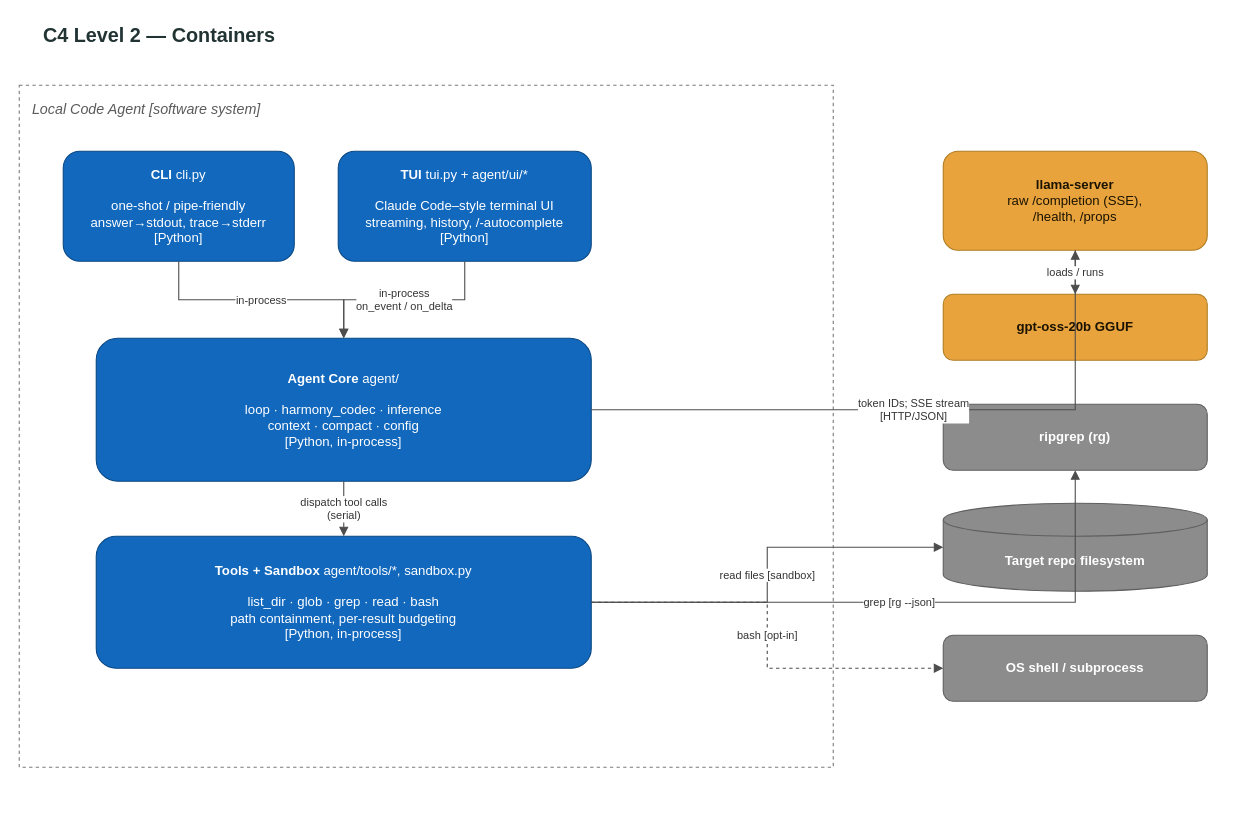
MrArrogant2002/claudeXgpt-oss keeps this draw.io diagram as page "2 · Containers (C4 L2)" (2 of 4) of architecture.drawio. Above is the earlier version. Source tidied: cells renumbered, new cells numbered last; positions are measured from the earlier drawing's top-left corner, leaving out a move shared by most shapes. Both pictures are drawn from the tidied source at 110%, with x=0, y=0 at pixel (19, 19).
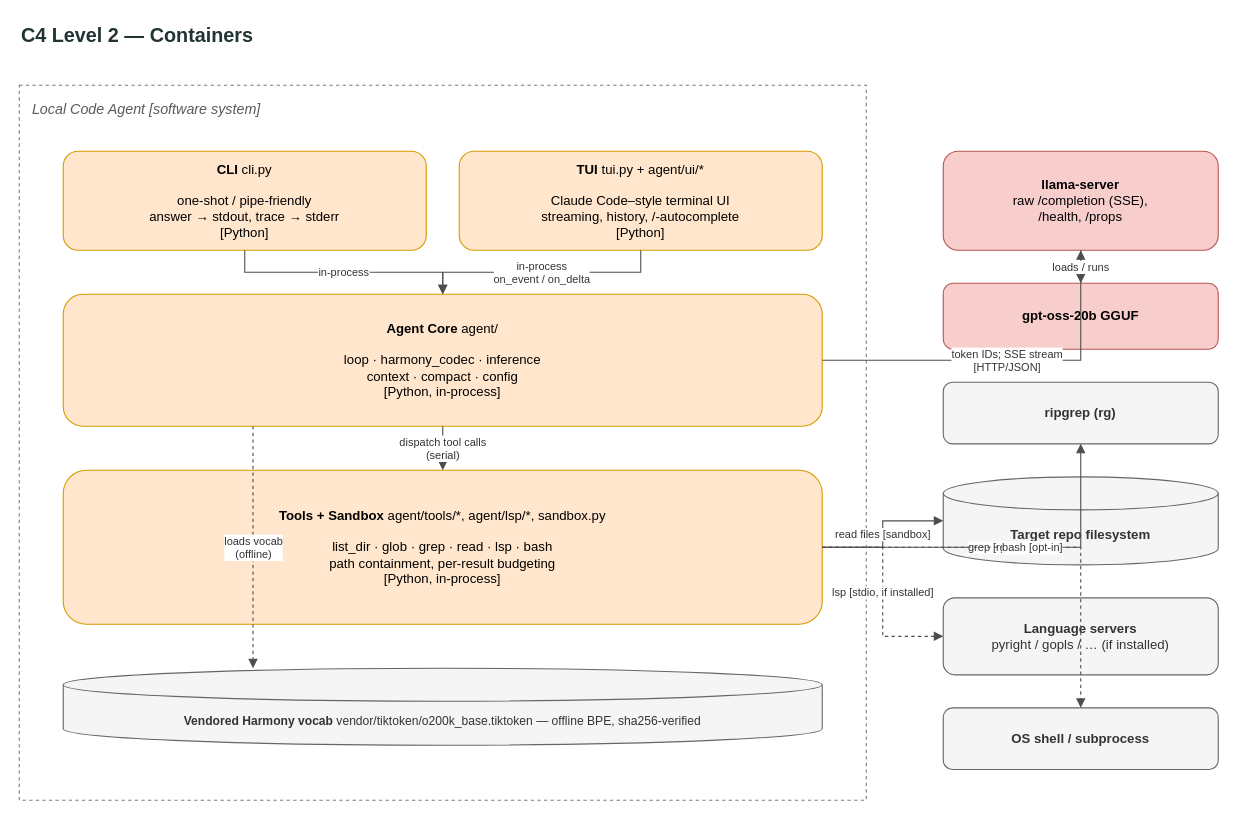
The same diagram, later.

Commit message (it also covers changes not shown here):
Refresh architecture diagram: add lsp tool + agent/lsp package, align all four C4 pages

Change to the diagram source:
```diff
@@
     <mxCell id="2" value="C4 Level 2 — Containers" style="text;html=1;strokeColor=none;fillColor=none;align=left;verticalAlign=middle;fontStyle=1;fontSize=18;fontColor=#233;" parent="1" vertex="1">
-      <mxGeometry x="20" width="520" height="30" as="geometry" />
+      <mxGeometry width="600" height="30" as="geometry" />
     </mxCell>
     <mxCell id="3" value="Local Code Agent  [software system]" style="rounded=0;whiteSpace=wrap;html=1;dashed=1;fillColor=none;strokeColor=#7A7A7A;fontColor=#5A5A5A;verticalAlign=top;fontStyle=2;fontSize=13;align=left;spacingLeft=10;spacingTop=8;" parent="1" vertex="1">
-      <mxGeometry y="60" width="740" height="620" as="geometry" />
+      <mxGeometry y="60" width="770" height="650" as="geometry" />
     </mxCell>
-    <mxCell id="4" value="&lt;b&gt;CLI&lt;/b&gt;  cli.py&lt;br&gt;&lt;br&gt;one-shot / pipe-friendly&lt;br&gt;answer→stdout, trace→stderr&lt;br&gt;[Python]" style="rounded=1;whiteSpace=wrap;html=1;fillColor=#1168BD;strokeColor=#0B4884;fontColor=#ffffff;fontSize=12;" parent="1" vertex="1">
-      <mxGeometry x="40" y="120" width="210" height="100" as="geometry" />
+    <mxCell id="4" value="&lt;b&gt;CLI&lt;/b&gt;  cli.py&lt;br&gt;&lt;br&gt;one-shot / pipe-friendly&lt;br&gt;answer → stdout, trace → stderr&lt;br&gt;[Python]" style="rounded=1;whiteSpace=wrap;html=1;fillColor=#ffe6cc;strokeColor=#d79b00;fontSize=12;" parent="1" vertex="1">
+      <mxGeometry x="40" y="120" width="330" height="90" as="geometry" />
     </mxCell>
-    <mxCell id="5" value="&lt;b&gt;TUI&lt;/b&gt;  tui.py + agent/ui/*&lt;br&gt;&lt;br&gt;Claude Code–style terminal UI&lt;br&gt;streaming, history, /-autocomplete&lt;br&gt;[Python]" style="rounded=1;whiteSpace=wrap;html=1;fillColor=#1168BD;strokeColor=#0B4884;fontColor=#ffffff;fontSize=12;" parent="1" vertex="1">
-      <mxGeometry x="290" y="120" width="230" height="100" as="geometry" />
+    <mxCell id="5" value="&lt;b&gt;TUI&lt;/b&gt;  tui.py + agent/ui/*&lt;br&gt;&lt;br&gt;Claude Code–style terminal UI&lt;br&gt;streaming, history, /-autocomplete&lt;br&gt;[Python]" style="rounded=1;whiteSpace=wrap;html=1;fillColor=#ffe6cc;strokeColor=#d79b00;fontSize=12;" parent="1" vertex="1">
+      <mxGeometry x="400" y="120" width="330" height="90" as="geometry" />
     </mxCell>
-    <mxCell id="6" value="&lt;b&gt;Agent Core&lt;/b&gt;  agent/&lt;br&gt;&lt;br&gt;loop · harmony_codec · inference&lt;br&gt;context · compact · config&lt;br&gt;[Python, in-process]" style="rounded=1;whiteSpace=wrap;html=1;fillColor=#1168BD;strokeColor=#0B4884;fontColor=#ffffff;fontSize=12;" parent="1" vertex="1">
-      <mxGeometry x="70" y="290" width="450" height="130" as="geometry" />
+    <mxCell id="6" value="&lt;b&gt;Agent Core&lt;/b&gt;  agent/&lt;br&gt;&lt;br&gt;loop · harmony_codec · inference&lt;br&gt;context · compact · config&lt;br&gt;[Python, in-process]" style="rounded=1;whiteSpace=wrap;html=1;fillColor=#ffe6cc;strokeColor=#d79b00;fontSize=12;" parent="1" vertex="1">
+      <mxGeometry x="40" y="250" width="690" height="120" as="geometry" />
     </mxCell>
-    <mxCell id="7" value="&lt;b&gt;Tools + Sandbox&lt;/b&gt;  agent/tools/*, sandbox.py&lt;br&gt;&lt;br&gt;list_dir · glob · grep · read · bash&lt;br&gt;path containment, per-result budgeting&lt;br&gt;[Python, in-process]" style="rounded=1;whiteSpace=wrap;html=1;fillColor=#1168BD;strokeColor=#0B4884;fontColor=#ffffff;fontSize=12;" parent="1" vertex="1">
-      <mxGeometry x="70" y="470" width="450" height="120" as="geometry" />
+    <mxCell id="7" value="&lt;b&gt;Tools + Sandbox&lt;/b&gt;  agent/tools/*, agent/lsp/*, sandbox.py&lt;br&gt;&lt;br&gt;list_dir · glob · grep · read · lsp · bash&lt;br&gt;path containment, per-result budgeting&lt;br&gt;[Python, in-process]" style="rounded=1;whiteSpace=wrap;html=1;fillColor=#ffe6cc;strokeColor=#d79b00;fontSize=12;" parent="1" vertex="1">
+      <mxGeometry x="40" y="410" width="690" height="140" as="geometry" />
     </mxCell>
+    <mxCell id="21" value="&lt;b&gt;Vendored Harmony vocab&lt;/b&gt;  vendor/tiktoken/o200k_base.tiktoken — offline BPE, sha256-verified" style="shape=cylinder3;whiteSpace=wrap;html=1;boundedLbl=1;backgroundOutline=1;fillColor=#f5f5f5;strokeColor=#666666;fontColor=#333333;fontSize=11;" parent="1" vertex="1">
+      <mxGeometry x="40" y="590" width="690" height="70" as="geometry" />
+    </mxCell>
-    <mxCell id="8" value="&lt;b&gt;llama-server&lt;/b&gt;&lt;br&gt;raw /completion (SSE),&lt;br&gt;/health, /props" style="rounded=1;whiteSpace=wrap;html=1;fillColor=#E8A33D;strokeColor=#B07D22;fontColor=#1b1300;fontSize=12;" parent="1" vertex="1">
-      <mxGeometry x="840" y="120" width="240" height="90" as="geometry" />
+    <mxCell id="8" value="&lt;b&gt;llama-server&lt;/b&gt;&lt;br&gt;raw /completion (SSE),&lt;br&gt;/health, /props" style="rounded=1;whiteSpace=wrap;html=1;fillColor=#f8cecc;strokeColor=#b85450;fontSize=12;" parent="1" vertex="1">
+      <mxGeometry x="840" y="120" width="250" height="90" as="geometry" />
     </mxCell>
-    <mxCell id="9" value="&lt;b&gt;gpt-oss-20b GGUF&lt;/b&gt;" style="rounded=1;whiteSpace=wrap;html=1;fillColor=#E8A33D;strokeColor=#B07D22;fontColor=#1b1300;fontSize=12;" parent="1" vertex="1">
-      <mxGeometry x="840" y="250" width="240" height="60" as="geometry" />
+    <mxCell id="9" value="&lt;b&gt;gpt-oss-20b GGUF&lt;/b&gt;" style="rounded=1;whiteSpace=wrap;html=1;fillColor=#f8cecc;strokeColor=#b85450;fontSize=12;" parent="1" vertex="1">
+      <mxGeometry x="840" y="240" width="250" height="60" as="geometry" />
     </mxCell>
-    <mxCell id="10" value="&lt;b&gt;ripgrep (rg)&lt;/b&gt;" style="rounded=1;whiteSpace=wrap;html=1;fillColor=#8C8C8C;strokeColor=#5F5F5F;fontColor=#ffffff;fontSize=12;" parent="1" vertex="1">
-      <mxGeometry x="840" y="350" width="240" height="60" as="geometry" />
+    <mxCell id="10" value="&lt;b&gt;ripgrep (rg)&lt;/b&gt;" style="rounded=1;whiteSpace=wrap;html=1;fillColor=#f5f5f5;strokeColor=#666666;fontColor=#333333;fontSize=12;" parent="1" vertex="1">
+      <mxGeometry x="840" y="330" width="250" height="56" as="geometry" />
     </mxCell>
-    <mxCell id="11" value="&lt;b&gt;Target repo filesystem&lt;/b&gt;" style="shape=cylinder3;whiteSpace=wrap;html=1;boundedLbl=1;backgroundOutline=1;fillColor=#8C8C8C;strokeColor=#5F5F5F;fontColor=#ffffff;fontSize=12;" parent="1" vertex="1">
-      <mxGeometry x="840" y="440" width="240" height="80" as="geometry" />
+    <mxCell id="11" value="&lt;b&gt;Target repo filesystem&lt;/b&gt;" style="shape=cylinder3;whiteSpace=wrap;html=1;boundedLbl=1;backgroundOutline=1;fillColor=#f5f5f5;strokeColor=#666666;fontColor=#333333;fontSize=12;" parent="1" vertex="1">
+      <mxGeometry x="840" y="416" width="250" height="80" as="geometry" />
     </mxCell>
+    <mxCell id="22" value="&lt;b&gt;Language servers&lt;/b&gt;&lt;br&gt;pyright / gopls / … (if installed)" style="rounded=1;whiteSpace=wrap;html=1;fillColor=#f5f5f5;strokeColor=#666666;fontColor=#333333;fontSize=12;" parent="1" vertex="1">
+      <mxGeometry x="840" y="526" width="250" height="70" as="geometry" />
+    </mxCell>
-    <mxCell id="12" value="&lt;b&gt;OS shell / subprocess&lt;/b&gt;" style="rounded=1;whiteSpace=wrap;html=1;fillColor=#8C8C8C;strokeColor=#5F5F5F;fontColor=#ffffff;fontSize=12;" parent="1" vertex="1">
-      <mxGeometry x="840" y="560" width="240" height="60" as="geometry" />
+    <mxCell id="12" value="&lt;b&gt;OS shell / subprocess&lt;/b&gt;" style="rounded=1;whiteSpace=wrap;html=1;fillColor=#f5f5f5;strokeColor=#666666;fontColor=#333333;fontSize=12;" parent="1" vertex="1">
+      <mxGeometry x="840" y="626" width="250" height="56" as="geometry" />
     </mxCell>
@@
+    <mxCell id="23" value="loads vocab&lt;br&gt;(offline)" style="edgeStyle=orthogonalEdgeStyle;rounded=0;html=1;endArrow=block;fontSize=10;fontColor=#333;strokeColor=#4d4d4d;dashed=1;exitX=0.25;exitY=1;exitDx=0;exitDy=0;entryX=0.25;entryY=0;entryDx=0;entryDy=0;" parent="1" edge="1" source="6" target="21">
+      <mxGeometry relative="1" as="geometry" />
+    </mxCell>
@@
+    <mxCell id="24" value="lsp [stdio, if installed]" style="edgeStyle=orthogonalEdgeStyle;rounded=0;html=1;endArrow=block;fontSize=10;fontColor=#333;strokeColor=#4d4d4d;dashed=1;" parent="1" edge="1" source="7" target="22">
+      <mxGeometry relative="1" as="geometry" />
+    </mxCell>
```
